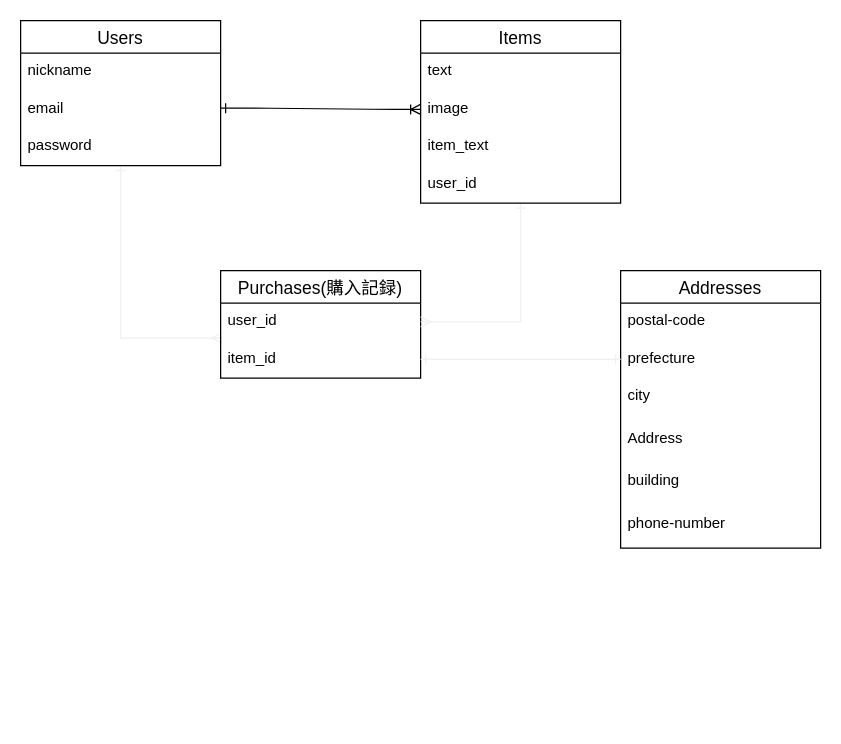
This is furima.dio from takuuu29/furima-33061, a draw.io file, before an edit. Source tidied: cells renumbered, new cells numbered last; positions are measured from the earlier drawing's top-left corner, leaving out a move shared by most shapes. Both pictures are drawn from the tidied source at 125%, with x=0, y=0 at pixel (20, 20).
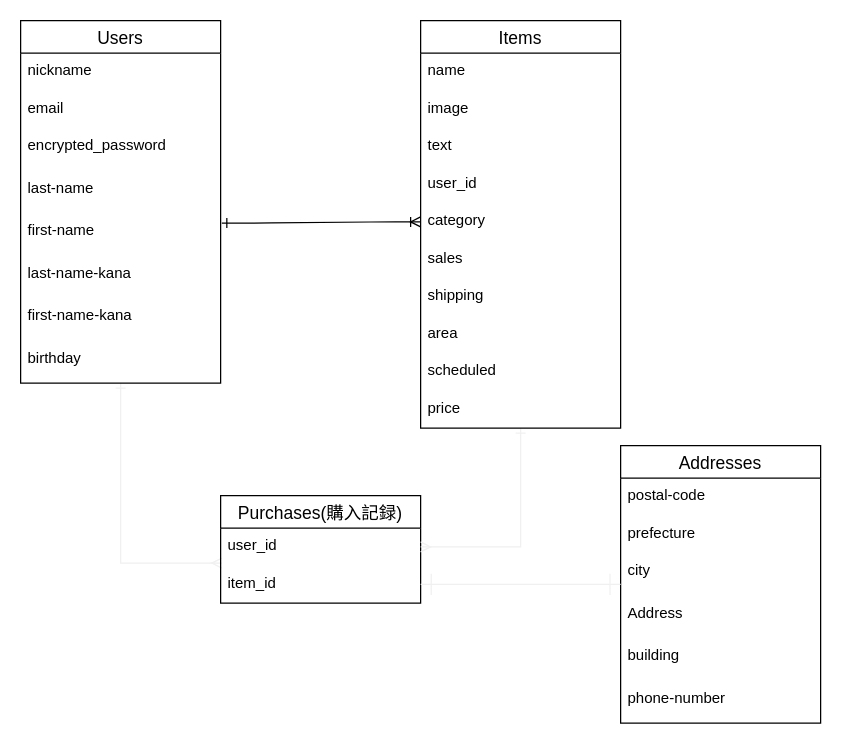
The same page after the edit.

Commit message (it also covers changes not shown here):
データベース設計の修正

The change refers to these unchanged cells:
```xml
<mxCell id="9" value="item_id" style="text;strokeColor=none;fillColor=none;spacingLeft=4;spacingRight=4;overflow=hidden;points=[[0,0.5],[1,0.5]];portConstraint=eastwest;fontSize=12;" parent="7" vertex="1">
  <mxGeometry y="56" width="160" height="30" as="geometry" />
</mxCell>
<mxCell id="13" value="image" style="text;strokeColor=none;fillColor=none;spacingLeft=4;spacingRight=4;overflow=hidden;points=[[0,0.5],[1,0.5]];portConstraint=eastwest;fontSize=12;" parent="11" vertex="1">
  <mxGeometry y="56" width="160" height="30" as="geometry" />
</mxCell>
<mxCell id="18" value="prefecture" style="text;strokeColor=none;fillColor=none;spacingLeft=4;spacingRight=4;overflow=hidden;points=[[0,0.5],[1,0.5]];portConstraint=eastwest;fontSize=12;" parent="16" vertex="1">
  <mxGeometry y="56" width="160" height="30" as="geometry" />
</mxCell>
```

Change to the diagram source:
```diff
@@
     <mxCell id="3" value="Users" style="swimlane;fontStyle=0;horizontal=1;startSize=26;align=center;fontSize=14;" parent="1" vertex="1">
-      <mxGeometry width="160" height="116" as="geometry" />
+      <mxGeometry width="160" height="290" as="geometry" />
     </mxCell>
@@
-    <mxCell id="6" value="password" style="text;strokeColor=none;fillColor=none;spacingLeft=4;spacingRight=4;overflow=hidden;fontSize=12;" parent="3" vertex="1">
-      <mxGeometry y="86" width="160" height="30" as="geometry" />
+    <mxCell id="6" value="encrypted_password" style="text;strokeColor=none;fillColor=none;spacingLeft=4;spacingRight=4;overflow=hidden;fontSize=12;" parent="3" vertex="1">
+      <mxGeometry y="86" width="160" height="34" as="geometry" />
     </mxCell>
+    <mxCell id="25" value="last-name" style="text;strokeColor=none;fillColor=none;spacingLeft=4;spacingRight=4;overflow=hidden;fontSize=12;" parent="3" vertex="1">
+      <mxGeometry y="120" width="160" height="34" as="geometry" />
+    </mxCell>
+    <mxCell id="26" value="first-name" style="text;strokeColor=none;fillColor=none;spacingLeft=4;spacingRight=4;overflow=hidden;points=[[0,0.5],[1,0.5]];portConstraint=eastwest;fontSize=12;" parent="3" vertex="1">
+      <mxGeometry y="154" width="160" height="34" as="geometry" />
+    </mxCell>
+    <mxCell id="27" value="last-name-kana" style="text;strokeColor=none;fillColor=none;spacingLeft=4;spacingRight=4;overflow=hidden;fontSize=12;" parent="3" vertex="1">
+      <mxGeometry y="188" width="160" height="34" as="geometry" />
+    </mxCell>
+    <mxCell id="28" value="first-name-kana" style="text;strokeColor=none;fillColor=none;spacingLeft=4;spacingRight=4;overflow=hidden;fontSize=12;" parent="3" vertex="1">
+      <mxGeometry y="222" width="160" height="34" as="geometry" />
+    </mxCell>
+    <mxCell id="29" value="birthday" style="text;strokeColor=none;fillColor=none;spacingLeft=4;spacingRight=4;overflow=hidden;fontSize=12;" parent="3" vertex="1">
+      <mxGeometry y="256" width="160" height="34" as="geometry" />
+    </mxCell>
     <mxCell id="7" value="Purchases(購入記録)" style="swimlane;fontStyle=0;horizontal=1;startSize=26;align=center;fontSize=14;" parent="1" vertex="1">
-      <mxGeometry x="160" y="200" width="160" height="86" as="geometry" />
+      <mxGeometry x="160" y="380" width="160" height="86" as="geometry" />
     </mxCell>
@@
     <mxCell id="11" value="Items" style="swimlane;fontStyle=0;horizontal=1;startSize=26;align=center;fontSize=14;" parent="1" vertex="1">
-      <mxGeometry x="320" width="160" height="146" as="geometry" />
+      <mxGeometry x="320" width="160" height="326" as="geometry" />
     </mxCell>
-    <mxCell id="12" value="text" style="text;strokeColor=none;fillColor=none;spacingLeft=4;spacingRight=4;overflow=hidden;fontSize=12;" parent="11" vertex="1">
+    <mxCell id="12" value="name&#10;" style="text;strokeColor=none;fillColor=none;spacingLeft=4;spacingRight=4;overflow=hidden;fontSize=12;" parent="11" vertex="1">
       <mxGeometry y="26" width="160" height="30" as="geometry" />
     </mxCell>
@@
-    <mxCell id="14" value="item_text" style="text;strokeColor=none;fillColor=none;spacingLeft=4;spacingRight=4;overflow=hidden;fontSize=12;" parent="11" vertex="1">
+    <mxCell id="14" value="text&#10;" style="text;strokeColor=none;fillColor=none;spacingLeft=4;spacingRight=4;overflow=hidden;fontSize=12;" parent="11" vertex="1">
       <mxGeometry y="86" width="160" height="30" as="geometry" />
     </mxCell>
@@
+    <mxCell id="30" value="category" style="text;strokeColor=none;fillColor=none;spacingLeft=4;spacingRight=4;overflow=hidden;points=[[0,0.5],[1,0.5]];portConstraint=eastwest;fontSize=12;" parent="11" vertex="1">
+      <mxGeometry y="146" width="160" height="30" as="geometry" />
+    </mxCell>
+    <mxCell id="31" value="sales" style="text;strokeColor=none;fillColor=none;spacingLeft=4;spacingRight=4;overflow=hidden;fontSize=12;" parent="11" vertex="1">
+      <mxGeometry y="176" width="160" height="30" as="geometry" />
+    </mxCell>
+    <mxCell id="32" value="shipping" style="text;strokeColor=none;fillColor=none;spacingLeft=4;spacingRight=4;overflow=hidden;fontSize=12;" parent="11" vertex="1">
+      <mxGeometry y="206" width="160" height="30" as="geometry" />
+    </mxCell>
+    <mxCell id="33" value="area" style="text;strokeColor=none;fillColor=none;spacingLeft=4;spacingRight=4;overflow=hidden;fontSize=12;" parent="11" vertex="1">
+      <mxGeometry y="236" width="160" height="30" as="geometry" />
+    </mxCell>
+    <mxCell id="34" value="scheduled" style="text;strokeColor=none;fillColor=none;spacingLeft=4;spacingRight=4;overflow=hidden;fontSize=12;" parent="11" vertex="1">
+      <mxGeometry y="266" width="160" height="30" as="geometry" />
+    </mxCell>
+    <mxCell id="35" value="price&#10;" style="text;strokeColor=none;fillColor=none;spacingLeft=4;spacingRight=4;overflow=hidden;fontSize=12;" parent="11" vertex="1">
+      <mxGeometry y="296" width="160" height="30" as="geometry" />
+    </mxCell>
     <mxCell id="16" value="Addresses" style="swimlane;fontStyle=0;horizontal=1;startSize=26;align=center;fontSize=14;" parent="1" vertex="1">
-      <mxGeometry x="480" y="200" width="160" height="222" as="geometry" />
+      <mxGeometry x="480" y="340" width="160" height="222" as="geometry" />
     </mxCell>
@@
-    <mxCell id="23" style="edgeStyle=entityRelationEdgeStyle;fontSize=12;html=1;endArrow=ERoneToMany;entryX=0;entryY=0.5;entryDx=0;entryDy=0;startArrow=ERone;startFill=0;jumpSize=9;" parent="1" edge="1" target="13">
-      <mxGeometry relative="1" as="geometry">
-        <mxPoint x="160" y="70" as="sourcePoint" />
-      </mxGeometry>
+    <mxCell id="23" style="edgeStyle=entityRelationEdgeStyle;fontSize=12;html=1;endArrow=ERoneToMany;entryX=0;entryY=0.5;entryDx=0;entryDy=0;startArrow=ERone;startFill=0;jumpSize=9;exitX=1.006;exitY=0.235;exitDx=0;exitDy=0;exitPerimeter=0;" parent="1" edge="1" source="26" target="30">
+      <mxGeometry relative="1" as="geometry" />
     </mxCell>
-    <mxCell id="24" style="edgeStyle=orthogonalEdgeStyle;rounded=0;jettySize=auto;html=1;exitX=1;exitY=0.5;exitDx=0;exitDy=0;entryX=0;entryY=0.5;entryDx=0;entryDy=0;startArrow=ERone;startFill=0;endArrow=ERone;endFill=0;strokeColor=#f0f0f0;" parent="1" edge="1" source="9" target="18">
-      <mxGeometry relative="1" as="geometry" />
-    </mxCell>
+    <mxCell id="36" style="edgeStyle=orthogonalEdgeStyle;rounded=0;jumpSize=6;jettySize=auto;html=1;exitX=1;exitY=0.5;exitDx=0;exitDy=0;startArrow=ERone;startFill=0;startSize=15;endArrow=ERone;endFill=0;endSize=15;strokeColor=#f0f0f0;" parent="1" edge="1" source="9" target="16">
+      <mxGeometry relative="1" as="geometry" />
+    </mxCell>
```
